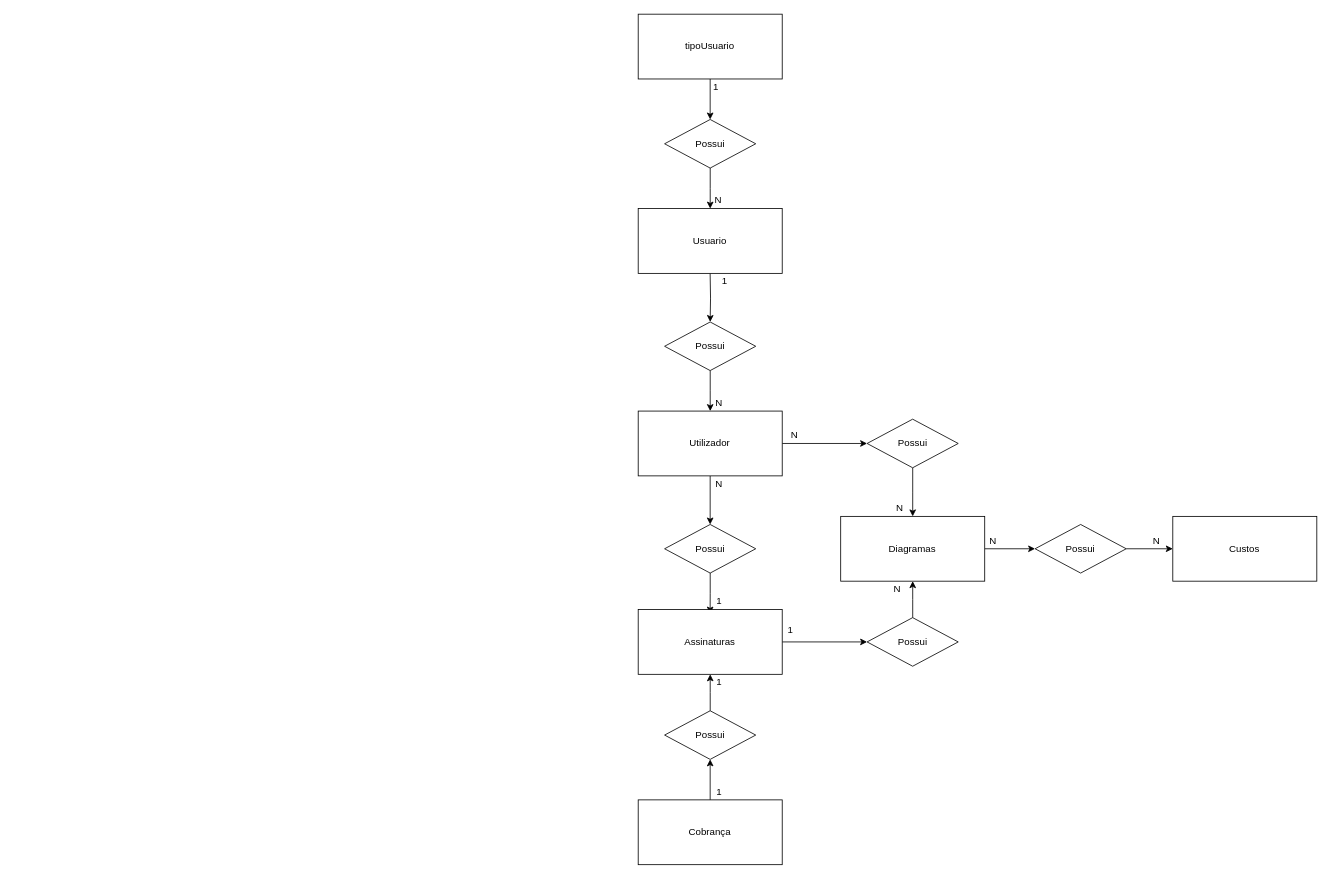
Above: Modelagens/Modelo-Conceitual.drawio in maatheuss0/CloudPlanning (draw.io), before the change. Source tidied: cells renumbered, new cells numbered last; positions are measured from the earlier drawing's top-left corner, leaving out a move shared by most shapes. Both pictures are drawn from the tidied source at 81%, with x=0, y=0 at pixel (637, 14).
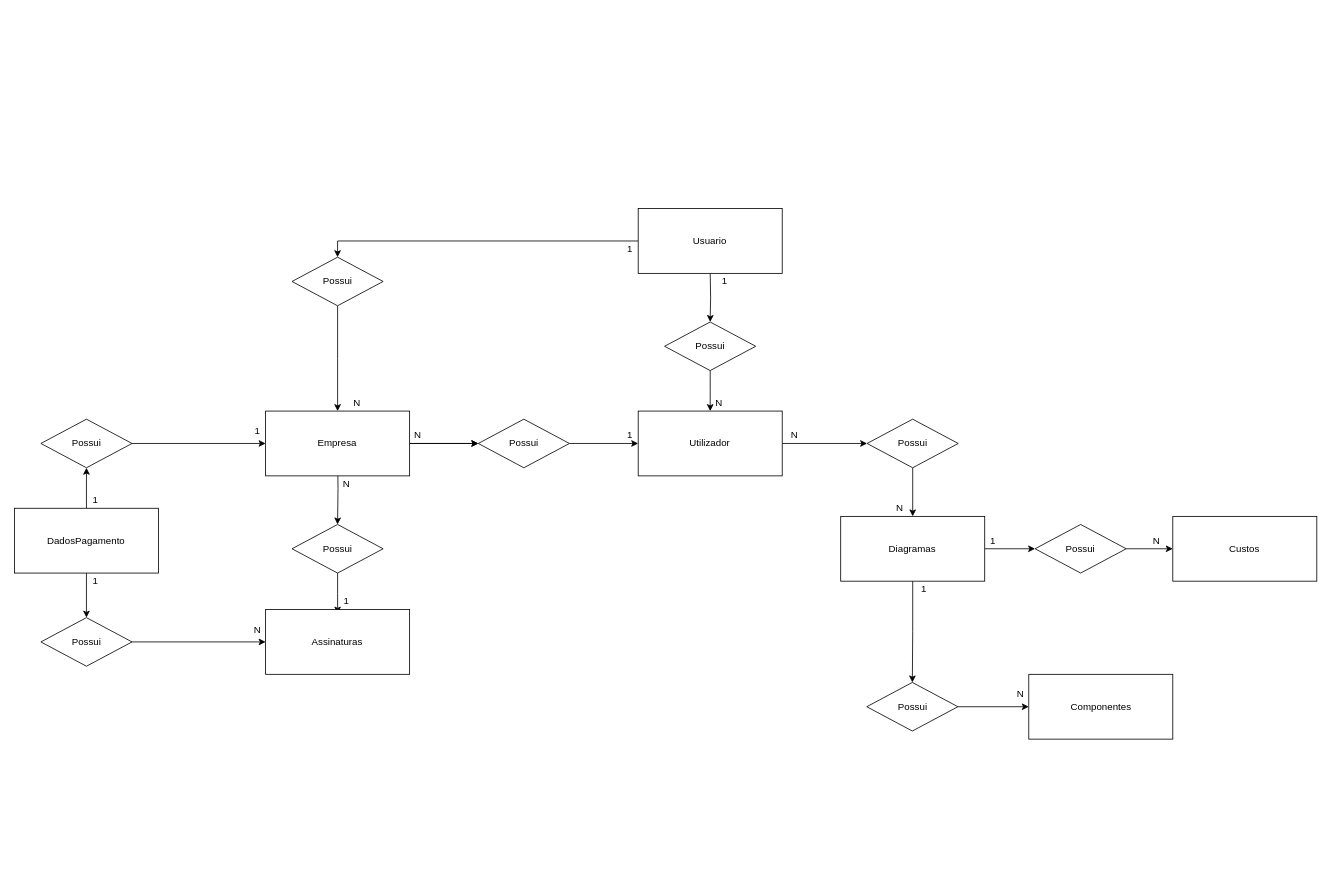
The same diagram, later.

Commit message (it also covers changes not shown here):
correção conceitual e logico

The change refers to these unchanged cells:
```xml
<mxCell id="3" value="Usuario" style="rounded=0;whiteSpace=wrap;html=1;" parent="1" vertex="1">
  <mxGeometry x="0.4" y="240" width="177.8" height="80" as="geometry" />
</mxCell>
<mxCell id="7" value="Diagramas" style="rounded=0;whiteSpace=wrap;html=1;" parent="1" vertex="1">
  <mxGeometry x="250.4" y="620" width="177.8" height="80" as="geometry" />
</mxCell>
<mxCell id="25" value="Possui" style="rhombus;whiteSpace=wrap;html=1;" parent="1" vertex="1">
  <mxGeometry x="33" y="380" width="112.5" height="60" as="geometry" />
</mxCell>
<mxCell id="28" value="Utilizador" style="rounded=0;whiteSpace=wrap;html=1;" parent="1" vertex="1">
  <mxGeometry x="0.4" y="490" width="177.8" height="80" as="geometry" />
</mxCell>
```

What changed in the source:
```diff
@@
     <mxCell id="2" style="edgeStyle=orthogonalEdgeStyle;rounded=0;jettySize=auto;html=1;entryX=0.5;entryY=0;entryDx=0;entryDy=0;" parent="1" edge="1" target="25">
       <mxGeometry relative="1" as="geometry">
-        <mxPoint x="89.2" y="320" as="sourcePoint" />
+        <mxPoint x="89.3" y="320" as="sourcePoint" />
       </mxGeometry>
     </mxCell>
+    <mxCell id="44" style="edgeStyle=orthogonalEdgeStyle;rounded=0;jettySize=auto;html=1;entryX=0.5;entryY=0;entryDx=0;entryDy=0;startArrow=none;" parent="1" edge="1" source="3" target="56">
+      <mxGeometry relative="1" as="geometry" />
+    </mxCell>
@@
     <mxCell id="4" style="edgeStyle=orthogonalEdgeStyle;rounded=0;jettySize=auto;html=1;" parent="1" edge="1" source="5">
       <mxGeometry relative="1" as="geometry">
-        <mxPoint x="89.2" y="740" as="targetPoint" />
+        <mxPoint x="-370.7" y="740" as="targetPoint" />
       </mxGeometry>
     </mxCell>
     <mxCell id="5" value="Possui" style="rhombus;whiteSpace=wrap;html=1;" parent="1" vertex="1">
-      <mxGeometry x="33" y="630" width="112.5" height="60" as="geometry" />
+      <mxGeometry x="-427" y="630" width="112.5" height="60" as="geometry" />
     </mxCell>
@@
+    <mxCell id="45" style="edgeStyle=orthogonalEdgeStyle;rounded=0;jettySize=auto;html=1;exitX=0.5;exitY=1;exitDx=0;exitDy=0;entryX=0.5;entryY=0;entryDx=0;entryDy=0;" parent="1" edge="1" source="7" target="49">
+      <mxGeometry relative="1" as="geometry" />
+    </mxCell>
@@
-    <mxCell id="8" style="edgeStyle=orthogonalEdgeStyle;rounded=0;jettySize=auto;html=1;" parent="1" edge="1" source="9" target="11">
-      <mxGeometry relative="1" as="geometry" />
-    </mxCell>
     <mxCell id="9" value="Assinaturas" style="rounded=0;whiteSpace=wrap;html=1;" parent="1" vertex="1">
-      <mxGeometry x="0.4" y="735" width="177.8" height="80" as="geometry" />
+      <mxGeometry x="-459.6" y="735" width="177.8" height="80" as="geometry" />
     </mxCell>
-    <mxCell id="10" style="edgeStyle=orthogonalEdgeStyle;rounded=0;jettySize=auto;html=1;" parent="1" edge="1" source="11" target="7">
-      <mxGeometry relative="1" as="geometry" />
-    </mxCell>
-    <mxCell id="11" value="Possui" style="rhombus;whiteSpace=wrap;html=1;" parent="1" vertex="1">
-      <mxGeometry x="283" y="745" width="112.5" height="60" as="geometry" />
-    </mxCell>
@@
     <mxCell id="15" value="1" style="text;html=1;align=center;verticalAlign=middle;strokeColor=none;fillColor=none;" parent="1" vertex="1">
-      <mxGeometry x="90.4" y="715" width="20" height="20" as="geometry" />
+      <mxGeometry x="-369.6" y="715" width="20" height="20" as="geometry" />
     </mxCell>
-    <mxCell id="16" value="1" style="text;html=1;align=center;verticalAlign=middle;strokeColor=none;fillColor=none;" parent="1" vertex="1">
-      <mxGeometry x="178.1" y="750" width="20" height="20" as="geometry" />
-    </mxCell>
-    <mxCell id="17" value="N" style="text;html=1;align=center;verticalAlign=middle;strokeColor=none;fillColor=none;" parent="1" vertex="1">
-      <mxGeometry x="310.4" y="700" width="20" height="20" as="geometry" />
-    </mxCell>
-    <mxCell id="18" value="N" style="text;html=1;align=center;verticalAlign=middle;strokeColor=none;fillColor=none;" parent="1" vertex="1">
-      <mxGeometry x="428.1" y="640" width="20" height="20" as="geometry" />
+    <mxCell id="18" value="1" style="text;html=1;align=center;verticalAlign=middle;strokeColor=none;fillColor=none;" parent="1" vertex="1">
+      <mxGeometry x="428.2" y="640" width="20" height="20" as="geometry" />
     </mxCell>
@@
-    <mxCell id="20" style="edgeStyle=orthogonalEdgeStyle;rounded=0;jettySize=auto;html=1;entryX=0.5;entryY=0;entryDx=0;entryDy=0;" parent="1" edge="1" source="21" target="23">
-      <mxGeometry relative="1" as="geometry" />
-    </mxCell>
-    <mxCell id="21" value="tipoUsuario" style="rounded=0;whiteSpace=wrap;html=1;" parent="1" vertex="1">
-      <mxGeometry x="0.4" width="177.8" height="80" as="geometry" />
-    </mxCell>
-    <mxCell id="22" style="edgeStyle=orthogonalEdgeStyle;rounded=0;jettySize=auto;html=1;entryX=0.5;entryY=0;entryDx=0;entryDy=0;" parent="1" edge="1" source="23" target="3">
-      <mxGeometry relative="1" as="geometry" />
-    </mxCell>
-    <mxCell id="23" value="Possui" style="rhombus;whiteSpace=wrap;html=1;" parent="1" vertex="1">
-      <mxGeometry x="33" y="130" width="112.5" height="60" as="geometry" />
-    </mxCell>
@@
-    <mxCell id="26" style="edgeStyle=orthogonalEdgeStyle;rounded=0;jettySize=auto;html=1;entryX=0.5;entryY=0;entryDx=0;entryDy=0;" parent="1" edge="1" source="28" target="5">
-      <mxGeometry relative="1" as="geometry" />
+    <mxCell id="26" style="edgeStyle=orthogonalEdgeStyle;rounded=0;jettySize=auto;html=1;entryX=0.5;entryY=0;entryDx=0;entryDy=0;exitX=0.5;exitY=1;exitDx=0;exitDy=0;" parent="1" edge="1" target="5">
+      <mxGeometry relative="1" as="geometry">
+        <mxPoint x="-370.7" y="540" as="sourcePoint" />
+      </mxGeometry>
     </mxCell>
@@
-    <mxCell id="31" value="1" style="text;html=1;align=center;verticalAlign=middle;strokeColor=none;fillColor=none;" parent="1" vertex="1">
-      <mxGeometry x="85.5" y="80" width="20" height="20" as="geometry" />
-    </mxCell>
-    <mxCell id="32" value="N" style="text;html=1;align=center;verticalAlign=middle;strokeColor=none;fillColor=none;" parent="1" vertex="1">
-      <mxGeometry x="89.2" y="220" width="20" height="20" as="geometry" />
-    </mxCell>
@@
     <mxCell id="35" value="N" style="text;html=1;align=center;verticalAlign=middle;strokeColor=none;fillColor=none;" parent="1" vertex="1">
-      <mxGeometry x="90.4" y="570" width="20" height="20" as="geometry" />
+      <mxGeometry x="-369.6" y="570" width="20" height="20" as="geometry" />
     </mxCell>
@@
-    <mxCell id="38" style="edgeStyle=orthogonalEdgeStyle;rounded=0;jettySize=auto;html=1;" parent="1" edge="1" source="39" target="9">
+    <mxCell id="38" style="edgeStyle=orthogonalEdgeStyle;rounded=0;jettySize=auto;html=1;entryX=0;entryY=0.5;entryDx=0;entryDy=0;" parent="1" edge="1" source="39" target="54">
       <mxGeometry relative="1" as="geometry" />
     </mxCell>
     <mxCell id="39" value="Possui" style="rhombus;whiteSpace=wrap;html=1;" parent="1" vertex="1">
-      <mxGeometry x="33" y="860" width="112.5" height="60" as="geometry" />
+      <mxGeometry x="-737" y="500" width="112.5" height="60" as="geometry" />
     </mxCell>
@@
+    <mxCell id="46" style="edgeStyle=orthogonalEdgeStyle;rounded=0;jettySize=auto;html=1;entryX=0.5;entryY=0;entryDx=0;entryDy=0;" parent="1" edge="1" source="41" target="64">
+      <mxGeometry relative="1" as="geometry" />
+    </mxCell>
-    <mxCell id="41" value="Cobrança" style="rounded=0;whiteSpace=wrap;html=1;" parent="1" vertex="1">
-      <mxGeometry x="0.4" y="970" width="177.8" height="80" as="geometry" />
+    <mxCell id="41" value="DadosPagamento" style="rounded=0;whiteSpace=wrap;html=1;" parent="1" vertex="1">
+      <mxGeometry x="-769.6" y="610" width="177.8" height="80" as="geometry" />
     </mxCell>
     <mxCell id="42" value="1" style="text;html=1;align=center;verticalAlign=middle;strokeColor=none;fillColor=none;" parent="1" vertex="1">
-      <mxGeometry x="90.4" y="950" width="20" height="20" as="geometry" />
+      <mxGeometry x="-679.6" y="590" width="20" height="20" as="geometry" />
     </mxCell>
     <mxCell id="43" value="1" style="text;html=1;align=center;verticalAlign=middle;strokeColor=none;fillColor=none;" parent="1" vertex="1">
-      <mxGeometry x="90.4" y="815" width="20" height="20" as="geometry" />
+      <mxGeometry x="-479.6" y="505" width="20" height="20" as="geometry" />
     </mxCell>
+    <mxCell id="47" value="Componentes" style="rounded=0;whiteSpace=wrap;html=1;" parent="1" vertex="1">
+      <mxGeometry x="482.6" y="815" width="177.8" height="80" as="geometry" />
+    </mxCell>
+    <mxCell id="48" style="edgeStyle=orthogonalEdgeStyle;rounded=0;jettySize=auto;html=1;entryX=0;entryY=0.5;entryDx=0;entryDy=0;" parent="1" edge="1" source="49" target="47">
+      <mxGeometry relative="1" as="geometry" />
+    </mxCell>
+    <mxCell id="49" value="Possui" style="rhombus;whiteSpace=wrap;html=1;" parent="1" vertex="1">
+      <mxGeometry x="282.6" y="825" width="112.5" height="60" as="geometry" />
+    </mxCell>
+    <mxCell id="50" value="1" style="text;html=1;align=center;verticalAlign=middle;strokeColor=none;fillColor=none;" parent="1" vertex="1">
+      <mxGeometry x="343" y="700" width="20" height="20" as="geometry" />
+    </mxCell>
+    <mxCell id="51" value="N" style="text;html=1;align=center;verticalAlign=middle;strokeColor=none;fillColor=none;" parent="1" vertex="1">
+      <mxGeometry x="461.6" y="830" width="20" height="20" as="geometry" />
+    </mxCell>
+    <mxCell id="52" style="edgeStyle=orthogonalEdgeStyle;rounded=0;jettySize=auto;html=1;entryX=0;entryY=0.5;entryDx=0;entryDy=0;" parent="1" edge="1" source="54" target="58">
+      <mxGeometry relative="1" as="geometry" />
+    </mxCell>
+    <mxCell id="53" style="edgeStyle=orthogonalEdgeStyle;rounded=0;jettySize=auto;html=1;" parent="1" edge="1" source="54" target="58">
+      <mxGeometry relative="1" as="geometry" />
+    </mxCell>
+    <mxCell id="54" value="Empresa" style="rounded=0;whiteSpace=wrap;html=1;" parent="1" vertex="1">
+      <mxGeometry x="-459.6" y="490" width="177.8" height="80" as="geometry" />
+    </mxCell>
+    <mxCell id="55" style="edgeStyle=orthogonalEdgeStyle;rounded=0;jettySize=auto;html=1;entryX=0.5;entryY=0;entryDx=0;entryDy=0;" parent="1" edge="1" source="56" target="54">
+      <mxGeometry relative="1" as="geometry" />
+    </mxCell>
+    <mxCell id="56" value="Possui" style="rhombus;whiteSpace=wrap;html=1;" parent="1" vertex="1">
+      <mxGeometry x="-427" y="300" width="112.5" height="60" as="geometry" />
+    </mxCell>
+    <mxCell id="57" style="edgeStyle=orthogonalEdgeStyle;rounded=0;jettySize=auto;html=1;entryX=0;entryY=0.5;entryDx=0;entryDy=0;" parent="1" edge="1" source="58" target="28">
+      <mxGeometry relative="1" as="geometry" />
+    </mxCell>
+    <mxCell id="58" value="Possui" style="rhombus;whiteSpace=wrap;html=1;" parent="1" vertex="1">
+      <mxGeometry x="-197" y="500" width="112.5" height="60" as="geometry" />
+    </mxCell>
+    <mxCell id="59" value="1" style="text;html=1;align=center;verticalAlign=middle;strokeColor=none;fillColor=none;" parent="1" vertex="1">
+      <mxGeometry x="-19.6" y="280" width="20" height="20" as="geometry" />
+    </mxCell>
+    <mxCell id="60" value="N" style="text;html=1;align=center;verticalAlign=middle;strokeColor=none;fillColor=none;" parent="1" vertex="1">
+      <mxGeometry x="-357" y="470" width="20" height="20" as="geometry" />
+    </mxCell>
+    <mxCell id="61" value="1" style="text;html=1;align=center;verticalAlign=middle;strokeColor=none;fillColor=none;" parent="1" vertex="1">
+      <mxGeometry x="-19.6" y="510" width="20" height="20" as="geometry" />
+    </mxCell>
+    <mxCell id="62" value="N" style="text;html=1;align=center;verticalAlign=middle;strokeColor=none;fillColor=none;" parent="1" vertex="1">
+      <mxGeometry x="-281.8" y="510" width="20" height="20" as="geometry" />
+    </mxCell>
+    <mxCell id="63" style="edgeStyle=orthogonalEdgeStyle;rounded=0;jettySize=auto;html=1;" parent="1" edge="1" source="64" target="9">
+      <mxGeometry relative="1" as="geometry" />
+    </mxCell>
+    <mxCell id="64" value="Possui" style="rhombus;whiteSpace=wrap;html=1;" parent="1" vertex="1">
+      <mxGeometry x="-737" y="745" width="112.5" height="60" as="geometry" />
+    </mxCell>
+    <mxCell id="65" value="1" style="text;html=1;align=center;verticalAlign=middle;strokeColor=none;fillColor=none;" parent="1" vertex="1">
+      <mxGeometry x="-679.6" y="690" width="20" height="20" as="geometry" />
+    </mxCell>
+    <mxCell id="66" value="N" style="text;html=1;align=center;verticalAlign=middle;strokeColor=none;fillColor=none;" parent="1" vertex="1">
+      <mxGeometry x="-479.6" y="750" width="20" height="20" as="geometry" />
+    </mxCell>
```
